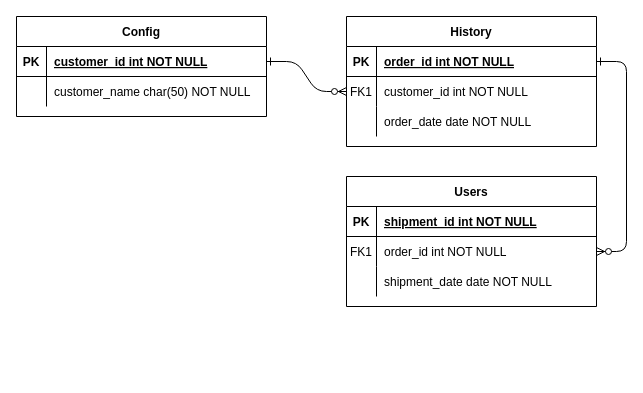
This is Untitled Diagram.drawio from Feedbaek/toy_project, a draw.io file, before an edit. Source tidied: cells renumbered, new cells numbered last; positions are measured from the earlier drawing's top-left corner, leaving out a move shared by most shapes. Both pictures are drawn from the tidied source at 100%, with x=0, y=0 at pixel (16, 16).
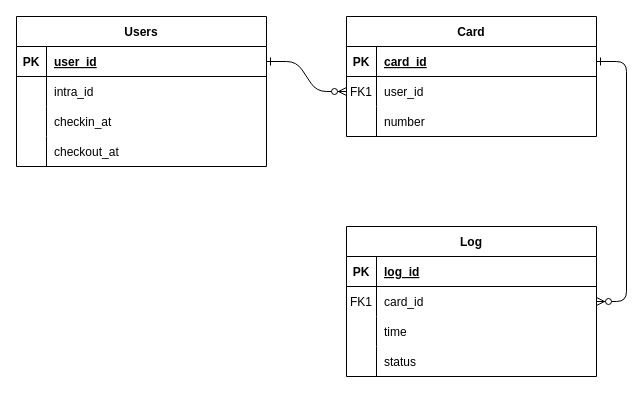
Above is the later version.

The change refers to these unchanged cells:
```xml
<mxCell id="5" style="shape=partialRectangle;fillColor=none;points=[[0,0.5],[1,0.5]];portConstraint=eastwest;top=0;left=0;right=0;bottom=1;" parent="4" vertex="1">
  <mxGeometry y="30" width="250" height="30" as="geometry" />
</mxCell>
<mxCell id="8" style="shape=partialRectangle;fillColor=none;points=[[0,0.5],[1,0.5]];portConstraint=eastwest;top=0;left=0;right=0;bottom=0;" parent="4" vertex="1">
  <mxGeometry y="60" width="250" height="30" as="geometry" />
</mxCell>
<mxCell id="11" style="shape=partialRectangle;fillColor=none;top=0;left=0;right=0;bottom=0;" parent="4" vertex="1">
  <mxGeometry y="90" width="250" height="30" as="geometry" />
</mxCell>
<mxCell id="15" style="shape=partialRectangle;fillColor=none;top=0;left=0;right=0;bottom=1;" parent="14" vertex="1">
  <mxGeometry y="30" width="250" height="30" as="geometry" />
</mxCell>
<mxCell id="18" style="shape=partialRectangle;fillColor=none;points=[[0,0.5],[1,0.5]];portConstraint=eastwest;top=0;left=0;right=0;bottom=0;" parent="14" vertex="1">
  <mxGeometry y="60" width="250" height="30" as="geometry" />
</mxCell>
<mxCell id="21" style="shape=partialRectangle;fillColor=none;top=0;left=0;right=0;bottom=0;" parent="14" vertex="1">
  <mxGeometry y="90" width="250" height="30" as="geometry" />
</mxCell>
<mxCell id="25" style="shape=partialRectangle;fillColor=none;points=[[0,0.5],[1,0.5]];portConstraint=eastwest;top=0;left=0;right=0;bottom=1;" parent="24" vertex="1">
  <mxGeometry y="30" width="250" height="30" as="geometry" />
</mxCell>
<mxCell id="28" style="shape=partialRectangle;fillColor=none;top=0;left=0;right=0;bottom=0;" parent="24" vertex="1">
  <mxGeometry y="60" width="250" height="30" as="geometry" />
</mxCell>
```

What changed in the source:
```diff
@@
-    <mxCell id="4" value="History" style="shape=table;startSize=30;childLayout=tableLayout;rowLines=0;fontStyle=1;align=center;" parent="1" vertex="1">
-      <mxGeometry x="330" width="250" height="130" as="geometry" />
+    <mxCell id="4" value="Card" style="shape=table;startSize=30;childLayout=tableLayout;rowLines=0;fontStyle=1;align=center;" parent="1" vertex="1">
+      <mxGeometry x="330" width="250" height="120" as="geometry" />
     </mxCell>
@@
-    <mxCell id="7" value="order_id int NOT NULL " style="shape=partialRectangle;overflow=hidden;fillColor=none;top=0;left=0;bottom=0;right=0;align=left;spacingLeft=6;fontStyle=5;" parent="5" vertex="1">
+    <mxCell id="7" value="card_id" style="shape=partialRectangle;overflow=hidden;fillColor=none;top=0;left=0;bottom=0;right=0;align=left;spacingLeft=6;fontStyle=5;" parent="5" vertex="1">
       <mxGeometry x="30" width="220" height="30" as="geometry" />
     </mxCell>
@@
-    <mxCell id="10" value="customer_id int NOT NULL" style="shape=partialRectangle;overflow=hidden;fillColor=none;top=0;left=0;bottom=0;right=0;align=left;spacingLeft=6;" parent="8" vertex="1">
+    <mxCell id="10" value="user_id" style="shape=partialRectangle;overflow=hidden;fillColor=none;top=0;left=0;bottom=0;right=0;align=left;spacingLeft=6;" parent="8" vertex="1">
       <mxGeometry x="30" width="220" height="30" as="geometry" />
     </mxCell>
@@
-    <mxCell id="13" value="order_date date NOT NULL" style="shape=partialRectangle;overflow=hidden;fillColor=none;top=0;left=0;bottom=0;right=0;align=left;spacingLeft=6;" parent="11" vertex="1">
+    <mxCell id="13" value="number" style="shape=partialRectangle;overflow=hidden;fillColor=none;top=0;left=0;bottom=0;right=0;align=left;spacingLeft=6;" parent="11" vertex="1">
       <mxGeometry x="30" width="220" height="30" as="geometry" />
     </mxCell>
-    <mxCell id="14" value="Users" style="shape=table;startSize=30;childLayout=tableLayout;rowLines=0;fontStyle=1;align=center;" parent="1" vertex="1">
-      <mxGeometry x="330" y="160" width="250" height="130" as="geometry" />
+    <mxCell id="14" value="Log" style="shape=table;startSize=30;childLayout=tableLayout;rowLines=0;fontStyle=1;align=center;" parent="1" vertex="1">
+      <mxGeometry x="330" y="210" width="250" height="150" as="geometry" />
     </mxCell>
@@
-    <mxCell id="17" value="shipment_id int NOT NULL " style="shape=partialRectangle;overflow=hidden;fillColor=none;top=0;left=0;bottom=0;right=0;align=left;spacingLeft=6;fontStyle=5;" parent="15" vertex="1">
+    <mxCell id="17" value="log_id" style="shape=partialRectangle;overflow=hidden;fillColor=none;top=0;left=0;bottom=0;right=0;align=left;spacingLeft=6;fontStyle=5;" parent="15" vertex="1">
       <mxGeometry x="30" width="220" height="30" as="geometry" />
     </mxCell>
@@
-    <mxCell id="20" value="order_id int NOT NULL" style="shape=partialRectangle;overflow=hidden;fillColor=none;top=0;left=0;bottom=0;right=0;align=left;spacingLeft=6;" parent="18" vertex="1">
+    <mxCell id="20" value="card_id" style="shape=partialRectangle;overflow=hidden;fillColor=none;top=0;left=0;bottom=0;right=0;align=left;spacingLeft=6;" parent="18" vertex="1">
       <mxGeometry x="30" width="220" height="30" as="geometry" />
     </mxCell>
@@
-    <mxCell id="23" value="shipment_date date NOT NULL" style="shape=partialRectangle;overflow=hidden;fillColor=none;top=0;left=0;bottom=0;right=0;align=left;spacingLeft=6;" parent="21" vertex="1">
+    <mxCell id="23" value="time" style="shape=partialRectangle;overflow=hidden;fillColor=none;top=0;left=0;bottom=0;right=0;align=left;spacingLeft=6;" parent="21" vertex="1">
       <mxGeometry x="30" width="220" height="30" as="geometry" />
     </mxCell>
+    <mxCell id="31" style="shape=partialRectangle;fillColor=none;top=0;left=0;bottom=0;right=0;strokeColor=default;" parent="14" vertex="1">
+      <mxGeometry y="120" width="250" height="30" as="geometry" />
+    </mxCell>
+    <mxCell id="32" style="shape=partialRectangle;fillColor=none;top=0;left=0;bottom=0;right=0;overflow=hidden;strokeColor=default;" parent="31" vertex="1">
+      <mxGeometry width="30" height="30" as="geometry" />
+    </mxCell>
+    <mxCell id="33" value="status" style="shape=partialRectangle;fillColor=none;top=0;left=0;bottom=0;right=0;align=left;spacingLeft=6;overflow=hidden;strokeColor=default;" parent="31" vertex="1">
+      <mxGeometry x="30" width="220" height="30" as="geometry" />
+    </mxCell>
-    <mxCell id="24" value="Config" style="shape=table;startSize=30;childLayout=tableLayout;rowLines=0;fontStyle=1;align=center;" parent="1" vertex="1">
-      <mxGeometry width="250" height="100" as="geometry" />
+    <mxCell id="24" value="Users" style="shape=table;startSize=30;childLayout=tableLayout;rowLines=0;fontStyle=1;align=center;strokeColor=default;" parent="1" vertex="1">
+      <mxGeometry width="250" height="150" as="geometry" />
     </mxCell>
@@
-    <mxCell id="27" value="customer_id int NOT NULL " style="shape=partialRectangle;overflow=hidden;fillColor=none;top=0;left=0;bottom=0;right=0;align=left;spacingLeft=6;fontStyle=5;" parent="25" vertex="1">
+    <mxCell id="27" value="user_id" style="shape=partialRectangle;overflow=hidden;fillColor=none;top=0;left=0;bottom=0;right=0;align=left;spacingLeft=6;fontStyle=5;" parent="25" vertex="1">
       <mxGeometry x="30" width="220" height="30" as="geometry" />
     </mxCell>
@@
-    <mxCell id="30" value="customer_name char(50) NOT NULL" style="shape=partialRectangle;overflow=hidden;fillColor=none;top=0;left=0;bottom=0;right=0;align=left;spacingLeft=6;" parent="28" vertex="1">
+    <mxCell id="30" value="intra_id" style="shape=partialRectangle;overflow=hidden;fillColor=none;top=0;left=0;bottom=0;right=0;align=left;spacingLeft=6;" parent="28" vertex="1">
       <mxGeometry x="30" width="220" height="30" as="geometry" />
     </mxCell>
+    <mxCell id="34" style="shape=partialRectangle;fillColor=none;top=0;left=0;bottom=0;right=0;strokeColor=default;" parent="24" vertex="1">
+      <mxGeometry y="90" width="250" height="30" as="geometry" />
+    </mxCell>
+    <mxCell id="35" style="shape=partialRectangle;fillColor=none;top=0;left=0;bottom=0;right=0;overflow=hidden;strokeColor=default;" parent="34" vertex="1">
+      <mxGeometry width="30" height="30" as="geometry" />
+    </mxCell>
+    <mxCell id="36" value="checkin_at" style="shape=partialRectangle;fillColor=none;top=0;left=0;bottom=0;right=0;align=left;spacingLeft=6;overflow=hidden;strokeColor=default;" parent="34" vertex="1">
+      <mxGeometry x="30" width="220" height="30" as="geometry" />
+    </mxCell>
+    <mxCell id="37" style="shape=partialRectangle;fillColor=none;top=0;left=0;bottom=0;right=0;strokeColor=default;" parent="24" vertex="1">
+      <mxGeometry y="120" width="250" height="30" as="geometry" />
+    </mxCell>
+    <mxCell id="38" style="shape=partialRectangle;fillColor=none;top=0;left=0;bottom=0;right=0;overflow=hidden;strokeColor=default;" parent="37" vertex="1">
+      <mxGeometry width="30" height="30" as="geometry" />
+    </mxCell>
+    <mxCell id="39" value="checkout_at" style="shape=partialRectangle;fillColor=none;top=0;left=0;bottom=0;right=0;align=left;spacingLeft=6;overflow=hidden;strokeColor=default;" parent="37" vertex="1">
+      <mxGeometry x="30" width="220" height="30" as="geometry" />
+    </mxCell>
```
